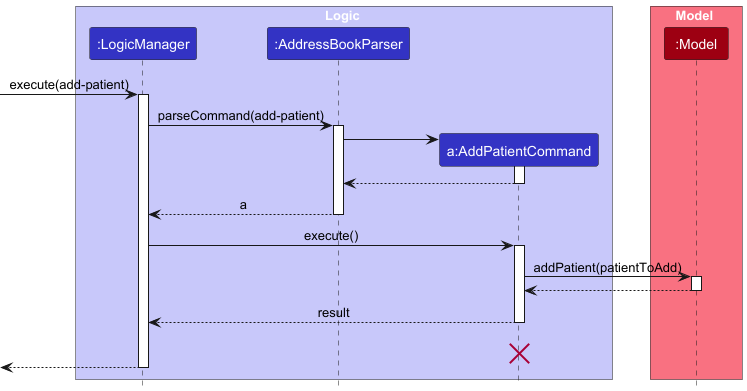
Above: docs/images/AddPatientSequenceDiagram.png in nus-cs2103-AY2425S1/tp (PlantUML), before the change. Source of this version:
```plantuml
@startuml
!include style.puml
skinparam ArrowFontStyle plain

box Logic LOGIC_COLOR_T1
participant ":LogicManager" as LogicManager LOGIC_COLOR
participant ":AddressBookParser" as AddressBookParser LOGIC_COLOR
participant "a:AddPatientCommand" as AddPatientCommand LOGIC_COLOR
end box

box Model MODEL_COLOR_T1
participant ":Model" as Model MODEL_COLOR
end box
[-> LogicManager : execute(add-patient)
activate LogicManager

LogicManager -> AddressBookParser : parseCommand(add-patient)
activate AddressBookParser

create AddPatientCommand
AddressBookParser -> AddPatientCommand
activate AddPatientCommand

AddPatientCommand --> AddressBookParser
deactivate AddPatientCommand

AddressBookParser --> LogicManager : a
deactivate AddressBookParser

LogicManager -> AddPatientCommand : execute()
activate AddPatientCommand

AddPatientCommand -> Model : addPatient(patientToAdd)
activate Model

Model --> AddPatientCommand
deactivate Model

AddPatientCommand --> LogicManager : result
deactivate AddPatientCommand
AddPatientCommand -[hidden]-> LogicManager : result
destroy AddPatientCommand

[<--LogicManager
deactivate LogicManager
@enduml
```
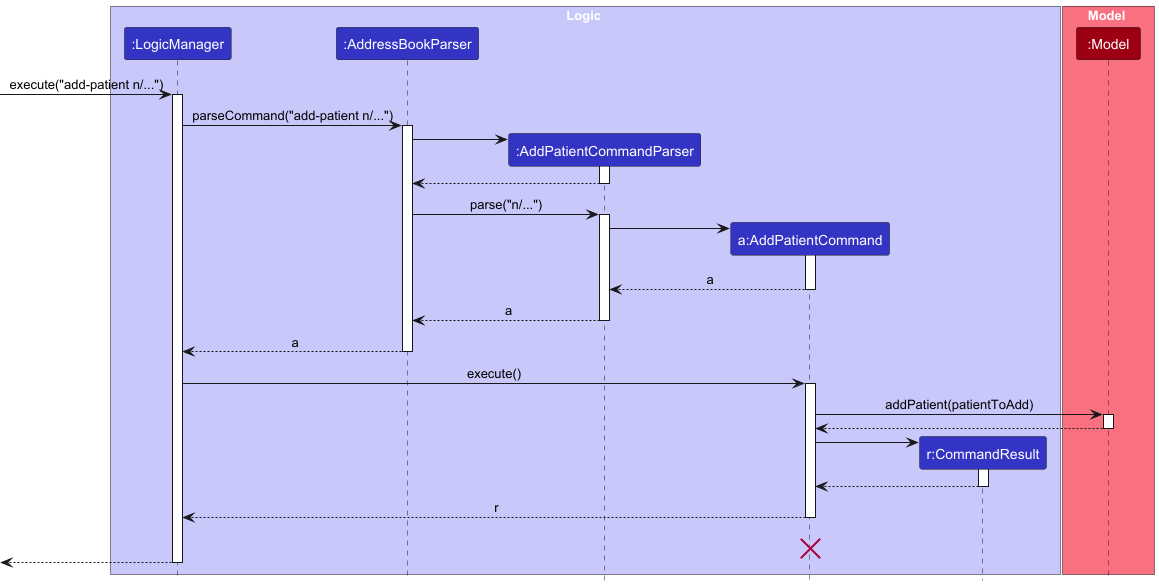
After the commit.

Commit message:
Update add-patient sequence diagram

Diff of the diagram source:
```diff
@@ -5,24 +5,39 @@
 box Logic LOGIC_COLOR_T1
 participant ":LogicManager" as LogicManager LOGIC_COLOR
 participant ":AddressBookParser" as AddressBookParser LOGIC_COLOR
+participant ":AddPatientCommandParser" as AddPatientCommandParser LOGIC_COLOR
 participant "a:AddPatientCommand" as AddPatientCommand LOGIC_COLOR
+participant "r:CommandResult" as CommandResult LOGIC_COLOR
 end box
 
 box Model MODEL_COLOR_T1
 participant ":Model" as Model MODEL_COLOR
 end box
-[-> LogicManager : execute(add-patient)
+[-> LogicManager : execute("add-patient n/...")
 activate LogicManager
 
-LogicManager -> AddressBookParser : parseCommand(add-patient)
+LogicManager -> AddressBookParser : parseCommand("add-patient n/...")
 activate AddressBookParser
 
+create AddPatientCommandParser
+AddressBookParser -> AddPatientCommandParser
+activate AddPatientCommandParser
+
+AddPatientCommandParser --> AddressBookParser
+deactivate AddPatientCommandParser
+
+AddressBookParser -> AddPatientCommandParser : parse("n/...")
+activate AddPatientCommandParser
+
 create AddPatientCommand
-AddressBookParser -> AddPatientCommand
+AddPatientCommandParser -> AddPatientCommand
 activate AddPatientCommand
 
-AddPatientCommand --> AddressBookParser
+AddPatientCommand --> AddPatientCommandParser : a
 deactivate AddPatientCommand
+
+AddPatientCommandParser --> AddressBookParser : a
+deactivate AddPatientCommandParser
 
 AddressBookParser --> LogicManager : a
 deactivate AddressBookParser
@@ -36,9 +51,16 @@
 Model --> AddPatientCommand
 deactivate Model
 
-AddPatientCommand --> LogicManager : result
+create CommandResult
+AddPatientCommand -> CommandResult
+activate CommandResult
+
+CommandResult --> AddPatientCommand
+deactivate CommandResult
+
+AddPatientCommand --> LogicManager : r
 deactivate AddPatientCommand
-AddPatientCommand -[hidden]-> LogicManager : result
+AddPatientCommand -[hidden]-> LogicManager : r
 destroy AddPatientCommand
 
 [<--LogicManager
```
